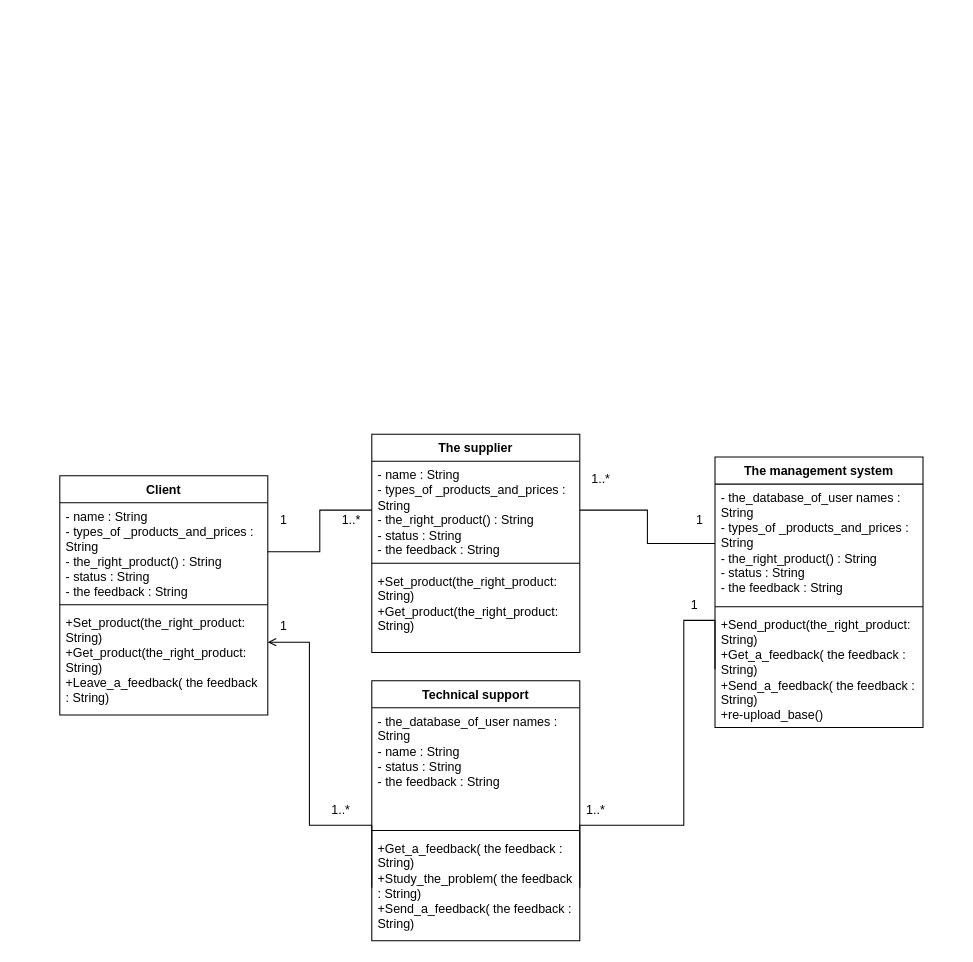
Above: page "Page-4" (4 of 4) of 3.drawio in Helpmepleaseitishard/Aikms (draw.io), before the change. Source tidied: cells renumbered, new cells numbered last; positions are measured from the earlier drawing's top-left corner, leaving out a move shared by most shapes. Both pictures are drawn from the tidied source at 104%, with x=0, y=0 at pixel (59, 434).
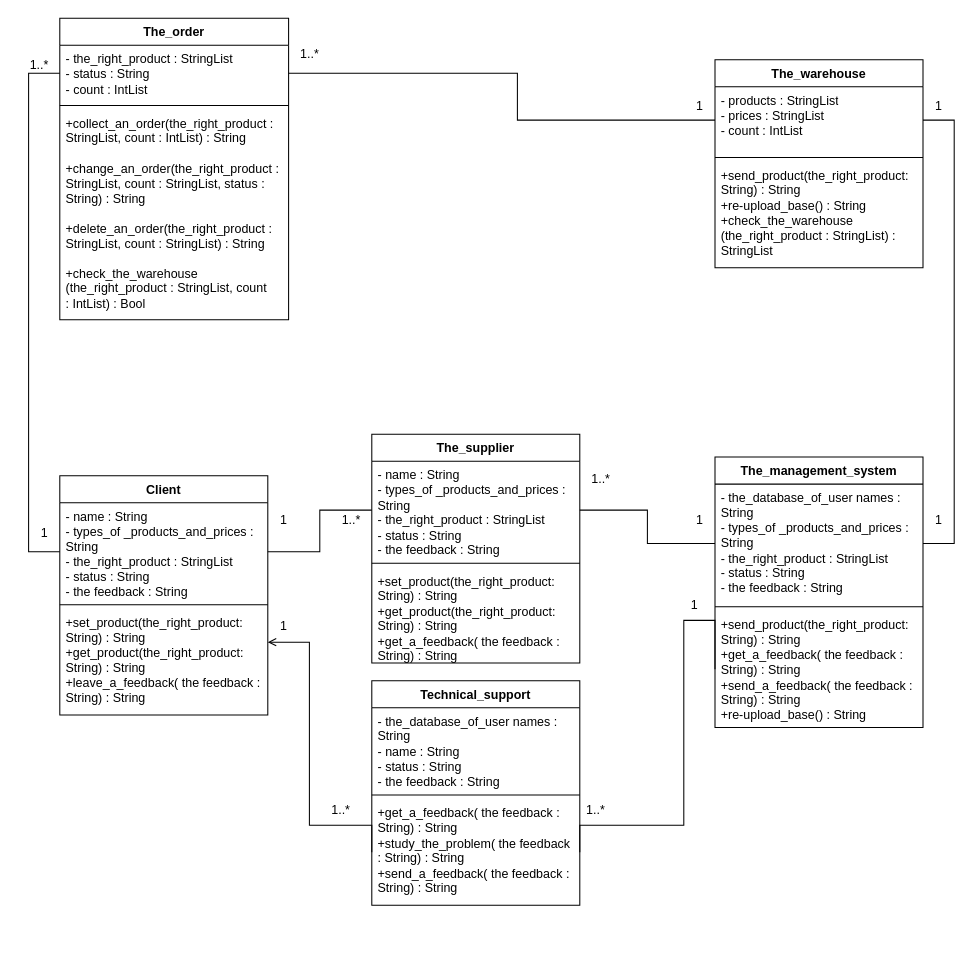
After the change.

The change refers to these unchanged cells:
```xml
<mxCell id="10" value="Client" style="swimlane;fontStyle=1;align=center;verticalAlign=top;horizontal=1;startSize=26;whiteSpace=wrap;html=1;" parent="1" vertex="1">
  <mxGeometry y="40" width="200" height="230" as="geometry" />
</mxCell>
```

The edit, as a diff of the source:
```diff
@@
-    <mxCell id="2" value="The management system" style="swimlane;fontStyle=1;align=center;verticalAlign=top;horizontal=1;startSize=26;whiteSpace=wrap;html=1;" parent="1" vertex="1">
+    <mxCell id="2" value="The_management_system" style="swimlane;fontStyle=1;align=center;verticalAlign=top;horizontal=1;startSize=26;whiteSpace=wrap;html=1;" parent="1" vertex="1">
       <mxGeometry x="630" y="22" width="200" height="260" as="geometry" />
     </mxCell>
-    <mxCell id="3" value="&lt;div&gt;- the_database_of_user names : String&lt;/div&gt;&lt;div&gt;&lt;div&gt;&lt;div&gt;- types_of &lt;span style=&quot;white-space: pre-wrap;&quot; class=&quot;aNeGP0gI0B9AV8JaHPyH&quot;&gt;_product&lt;/span&gt;s_and_prices : String&lt;/div&gt;&lt;div&gt;&lt;div&gt;- the_right_product() : String&lt;/div&gt;&lt;div&gt;- status : String&lt;/div&gt;&lt;div&gt;&lt;div&gt; - the feedback :&amp;nbsp;String&lt;/div&gt;&lt;/div&gt;&lt;/div&gt;&lt;/div&gt;&lt;/div&gt;" style="text;strokeColor=none;fillColor=none;align=left;verticalAlign=top;spacingLeft=4;spacingRight=4;overflow=hidden;points=[[0,0.5],[1,0.5]];portConstraint=eastwest;whiteSpace=wrap;html=1;" parent="2" vertex="1">
+    <mxCell id="3" value="&lt;div&gt;- the_database_of_user names : String&lt;/div&gt;&lt;div&gt;&lt;div&gt;&lt;div&gt;- types_of &lt;span style=&quot;white-space: pre-wrap;&quot; class=&quot;aNeGP0gI0B9AV8JaHPyH&quot;&gt;_product&lt;/span&gt;s_and_prices : String&lt;/div&gt;&lt;div&gt;&lt;div&gt;- the_right_product : StringList&lt;/div&gt;&lt;div&gt;- status : String&lt;/div&gt;&lt;div&gt;&lt;div&gt; - the feedback :&amp;nbsp;String&lt;/div&gt;&lt;/div&gt;&lt;/div&gt;&lt;/div&gt;&lt;/div&gt;" style="text;strokeColor=none;fillColor=none;align=left;verticalAlign=top;spacingLeft=4;spacingRight=4;overflow=hidden;points=[[0,0.5],[1,0.5]];portConstraint=eastwest;whiteSpace=wrap;html=1;" parent="2" vertex="1">
       <mxGeometry y="26" width="200" height="114" as="geometry" />
     </mxCell>
@@
-    <mxCell id="5" value="&lt;div&gt;&lt;div&gt;+Send_product(the_right_product: String)&lt;/div&gt;&lt;div&gt;&lt;div&gt;&lt;div&gt;&lt;div&gt;+Get_a_feedback( the feedback : String)&lt;/div&gt;&lt;/div&gt;&lt;/div&gt;&lt;/div&gt;&lt;/div&gt;&lt;div&gt;&lt;div&gt;&lt;div&gt;&lt;div&gt;+Send_a_feedback( the feedback : String)&lt;/div&gt;&lt;/div&gt;&lt;/div&gt;&lt;div&gt;+re-upload_base()&lt;/div&gt;&lt;/div&gt;" style="text;strokeColor=none;fillColor=none;align=left;verticalAlign=top;spacingLeft=4;spacingRight=4;overflow=hidden;points=[[0,0.5],[1,0.5]];portConstraint=eastwest;whiteSpace=wrap;html=1;" parent="2" vertex="1">
+    <mxCell id="5" value="&lt;div&gt;&lt;div&gt;+send_product(the_right_product: String) : String&lt;/div&gt;&lt;div&gt;&lt;div&gt;&lt;div&gt;&lt;div&gt;+get_a_feedback( the feedback : String) : String&lt;/div&gt;&lt;/div&gt;&lt;/div&gt;&lt;/div&gt;&lt;/div&gt;&lt;div&gt;&lt;div&gt;&lt;div&gt;&lt;div&gt;+send_a_feedback( the feedback : String) : String&lt;/div&gt;&lt;/div&gt;&lt;/div&gt;&lt;div&gt;+re-upload_base() : String&lt;/div&gt;&lt;/div&gt;" style="text;strokeColor=none;fillColor=none;align=left;verticalAlign=top;spacingLeft=4;spacingRight=4;overflow=hidden;points=[[0,0.5],[1,0.5]];portConstraint=eastwest;whiteSpace=wrap;html=1;" parent="2" vertex="1">
       <mxGeometry y="148" width="200" height="112" as="geometry" />
     </mxCell>
-    <mxCell id="6" value="The supplier" style="swimlane;fontStyle=1;align=center;verticalAlign=top;horizontal=1;startSize=26;whiteSpace=wrap;html=1;" parent="1" vertex="1">
-      <mxGeometry x="300" width="200" height="210" as="geometry" />
+    <mxCell id="6" value="The_supplier" style="swimlane;fontStyle=1;align=center;verticalAlign=top;horizontal=1;startSize=26;whiteSpace=wrap;html=1;" parent="1" vertex="1">
+      <mxGeometry x="300" width="200" height="220" as="geometry" />
     </mxCell>
-    <mxCell id="7" value="&lt;div&gt;- name : String&lt;/div&gt;&lt;div&gt;&lt;div&gt;&lt;div&gt;&lt;div&gt;&lt;div&gt;- types_of &lt;span style=&quot;white-space: pre-wrap;&quot; class=&quot;aNeGP0gI0B9AV8JaHPyH&quot;&gt;_product&lt;/span&gt;s_and_prices : String&lt;/div&gt;&lt;div&gt;&lt;div&gt;- the_right_product() : String&lt;/div&gt;&lt;div&gt;- status : String&lt;/div&gt;&lt;div&gt; - the feedback : String&lt;/div&gt;&lt;/div&gt;&lt;/div&gt;&lt;/div&gt;&lt;/div&gt;&lt;/div&gt;" style="text;strokeColor=none;fillColor=none;align=left;verticalAlign=top;spacingLeft=4;spacingRight=4;overflow=hidden;points=[[0,0.5],[1,0.5]];portConstraint=eastwest;whiteSpace=wrap;html=1;" parent="6" vertex="1">
+    <mxCell id="7" value="&lt;div&gt;- name : String&lt;/div&gt;&lt;div&gt;&lt;div&gt;&lt;div&gt;&lt;div&gt;&lt;div&gt;- types_of &lt;span style=&quot;white-space: pre-wrap;&quot; class=&quot;aNeGP0gI0B9AV8JaHPyH&quot;&gt;_product&lt;/span&gt;s_and_prices : String&lt;/div&gt;&lt;div&gt;&lt;div&gt;- the_right_product : StringList&lt;/div&gt;&lt;div&gt;- status : String&lt;/div&gt;&lt;div&gt; - the feedback : String&lt;/div&gt;&lt;/div&gt;&lt;/div&gt;&lt;/div&gt;&lt;/div&gt;&lt;/div&gt;" style="text;strokeColor=none;fillColor=none;align=left;verticalAlign=top;spacingLeft=4;spacingRight=4;overflow=hidden;points=[[0,0.5],[1,0.5]];portConstraint=eastwest;whiteSpace=wrap;html=1;" parent="6" vertex="1">
       <mxGeometry y="26" width="200" height="94" as="geometry" />
     </mxCell>
@@
-    <mxCell id="9" value="&lt;div&gt;+Set_product(the_right_product: String)&lt;br&gt;&lt;/div&gt;&lt;div&gt;&lt;div&gt;+Get_product(the_right_product: String)&lt;/div&gt;&lt;/div&gt;&lt;div&gt;&lt;div&gt;&lt;br&gt;&lt;/div&gt;&lt;/div&gt;" style="text;strokeColor=none;fillColor=none;align=left;verticalAlign=top;spacingLeft=4;spacingRight=4;overflow=hidden;whiteSpace=wrap;html=1;" parent="6" vertex="1">
-      <mxGeometry y="128" width="200" height="82" as="geometry" />
+    <mxCell id="9" value="&lt;div&gt;+set_product(the_right_product: String) : String&lt;/div&gt;&lt;div&gt;&lt;div&gt;+get_product(the_right_product: String) : String&lt;/div&gt;&lt;/div&gt;&lt;div&gt;&lt;div&gt;&lt;div&gt;&lt;div&gt;&lt;div&gt;&lt;div&gt;+get_a_feedback( the feedback : String) : String&lt;/div&gt;&lt;/div&gt;&lt;/div&gt;&lt;/div&gt;&lt;/div&gt;&lt;/div&gt;" style="text;strokeColor=none;fillColor=none;align=left;verticalAlign=top;spacingLeft=4;spacingRight=4;overflow=hidden;whiteSpace=wrap;html=1;" parent="6" vertex="1">
+      <mxGeometry y="128" width="200" height="92" as="geometry" />
     </mxCell>
@@
-    <mxCell id="11" value="&lt;div&gt;- name : String&lt;/div&gt;&lt;div&gt;&lt;div&gt;&lt;div&gt;- types_of &lt;span style=&quot;white-space: pre-wrap;&quot; class=&quot;aNeGP0gI0B9AV8JaHPyH&quot;&gt;_product&lt;/span&gt;s_and_prices : String&lt;/div&gt;&lt;div&gt;- the_right_product() : String&lt;/div&gt;&lt;div&gt;- status : String&lt;/div&gt;&lt;div&gt;- the feedback : String&lt;br&gt;&lt;/div&gt;&lt;/div&gt;&lt;/div&gt;" style="text;strokeColor=none;fillColor=none;align=left;verticalAlign=top;spacingLeft=4;spacingRight=4;overflow=hidden;points=[[0,0.5],[1,0.5]];portConstraint=eastwest;whiteSpace=wrap;html=1;" parent="10" vertex="1">
+    <mxCell id="11" value="&lt;div&gt;- name : String&lt;/div&gt;&lt;div&gt;&lt;div&gt;&lt;div&gt;- types_of &lt;span style=&quot;white-space: pre-wrap;&quot; class=&quot;aNeGP0gI0B9AV8JaHPyH&quot;&gt;_product&lt;/span&gt;s_and_prices : String&lt;/div&gt;&lt;div&gt;- the_right_product : StringList&lt;/div&gt;&lt;div&gt;- status : String&lt;/div&gt;&lt;div&gt;- the feedback : String&lt;br&gt;&lt;/div&gt;&lt;/div&gt;&lt;/div&gt;" style="text;strokeColor=none;fillColor=none;align=left;verticalAlign=top;spacingLeft=4;spacingRight=4;overflow=hidden;points=[[0,0.5],[1,0.5]];portConstraint=eastwest;whiteSpace=wrap;html=1;" parent="10" vertex="1">
       <mxGeometry y="26" width="200" height="94" as="geometry" />
     </mxCell>
@@
-    <mxCell id="13" value="&lt;div&gt;+Set_product(the_right_product: String)&lt;br&gt;&lt;/div&gt;&lt;div&gt;&lt;div&gt;+Get_product(the_right_product: String)&lt;/div&gt;&lt;/div&gt;&lt;div&gt;+Leave_a_feedback( the feedback : String)&lt;/div&gt;" style="text;strokeColor=none;fillColor=none;align=left;verticalAlign=top;spacingLeft=4;spacingRight=4;overflow=hidden;whiteSpace=wrap;html=1;" parent="10" vertex="1">
+    <mxCell id="13" value="&lt;div&gt;+set_product(the_right_product: String) : String&lt;/div&gt;&lt;div&gt;&lt;div&gt;+get_product(the_right_product: String) : String&lt;/div&gt;&lt;/div&gt;&lt;div&gt;+leave_a_feedback( the feedback : String) : String&lt;/div&gt;" style="text;strokeColor=none;fillColor=none;align=left;verticalAlign=top;spacingLeft=4;spacingRight=4;overflow=hidden;whiteSpace=wrap;html=1;" parent="10" vertex="1">
       <mxGeometry y="128" width="200" height="102" as="geometry" />
     </mxCell>
@@
-    <mxCell id="15" value="Technical support" style="swimlane;fontStyle=1;align=center;verticalAlign=top;horizontal=1;startSize=26;whiteSpace=wrap;html=1;" parent="1" vertex="1">
-      <mxGeometry x="300" y="237" width="200" height="250" as="geometry" />
+    <mxCell id="15" value="Technical_support" style="swimlane;fontStyle=1;align=center;verticalAlign=top;horizontal=1;startSize=26;whiteSpace=wrap;html=1;" parent="1" vertex="1">
+      <mxGeometry x="300" y="237" width="200" height="216" as="geometry" />
     </mxCell>
     <mxCell id="16" value="&lt;div&gt;-&amp;nbsp;the_database_of_user names : String&lt;div&gt;&lt;div&gt;&lt;div&gt;- name : String&lt;/div&gt;&lt;div&gt;- status : String&lt;/div&gt;&lt;div&gt;&lt;div&gt; - the feedback : String&lt;/div&gt;&lt;/div&gt;&lt;/div&gt;&lt;/div&gt;&lt;/div&gt;" style="text;strokeColor=none;fillColor=none;align=left;verticalAlign=top;spacingLeft=4;spacingRight=4;overflow=hidden;whiteSpace=wrap;html=1;" parent="15" vertex="1">
-      <mxGeometry y="26" width="200" height="114" as="geometry" />
+      <mxGeometry y="26" width="200" height="80" as="geometry" />
     </mxCell>
     <mxCell id="17" style="line;strokeWidth=1;fillColor=none;align=left;verticalAlign=middle;spacingTop=-1;spacingLeft=3;spacingRight=3;labelPosition=right;strokeColor=inherit;" parent="15" vertex="1">
-      <mxGeometry y="140" width="200" height="8" as="geometry" />
+      <mxGeometry y="106" width="200" height="8" as="geometry" />
     </mxCell>
-    <mxCell id="18" value="&lt;div&gt;&lt;div&gt;&lt;div&gt;&lt;div&gt;&lt;div&gt;+Get_a_feedback( the feedback : String)&lt;/div&gt;&lt;/div&gt;&lt;/div&gt;&lt;/div&gt;&lt;/div&gt;&lt;div&gt;+Study_the_problem( the feedback : String)&lt;/div&gt;&lt;div&gt;&lt;div&gt;&lt;div&gt;&lt;div&gt;&lt;div&gt;+Send_a_feedback( the feedback : String)&lt;/div&gt;&lt;/div&gt;&lt;/div&gt;&lt;/div&gt;&lt;/div&gt;" style="text;strokeColor=none;fillColor=none;align=left;verticalAlign=top;spacingLeft=4;spacingRight=4;overflow=hidden;points=[[0,0.5],[1,0.5]];portConstraint=eastwest;whiteSpace=wrap;html=1;" parent="15" vertex="1">
-      <mxGeometry y="148" width="200" height="102" as="geometry" />
+    <mxCell id="18" value="&lt;div&gt;&lt;div&gt;&lt;div&gt;&lt;div&gt;&lt;div&gt;+get_a_feedback( the feedback : String) : String&lt;/div&gt;&lt;/div&gt;&lt;/div&gt;&lt;/div&gt;&lt;/div&gt;&lt;div&gt;+study_the_problem( the feedback : String) : String&lt;/div&gt;&lt;div&gt;&lt;div&gt;&lt;div&gt;&lt;div&gt;&lt;div&gt;+send_a_feedback( the feedback : String) : String&lt;/div&gt;&lt;/div&gt;&lt;/div&gt;&lt;/div&gt;&lt;/div&gt;" style="text;strokeColor=none;fillColor=none;align=left;verticalAlign=top;spacingLeft=4;spacingRight=4;overflow=hidden;points=[[0,0.5],[1,0.5]];portConstraint=eastwest;whiteSpace=wrap;html=1;" parent="15" vertex="1">
+      <mxGeometry y="114" width="200" height="102" as="geometry" />
     </mxCell>
@@
+    <mxCell id="30" value="The_warehouse" style="swimlane;fontStyle=1;align=center;verticalAlign=top;horizontal=1;startSize=26;whiteSpace=wrap;html=1;" parent="1" vertex="1">
+      <mxGeometry x="630" y="-360" width="200" height="200" as="geometry" />
+    </mxCell>
+    <mxCell id="31" value="&lt;div&gt;&lt;div&gt;&lt;div&gt;- &lt;span style=&quot;white-space: pre-wrap;&quot; class=&quot;aNeGP0gI0B9AV8JaHPyH&quot;&gt;product&lt;/span&gt;s : StringList&lt;/div&gt;&lt;div&gt;&lt;div&gt;- prices : StringList&lt;/div&gt;&lt;div&gt;&lt;div&gt;- count : IntList&lt;/div&gt;&lt;/div&gt;&lt;/div&gt;&lt;/div&gt;&lt;/div&gt;" style="text;strokeColor=none;fillColor=none;align=left;verticalAlign=top;spacingLeft=4;spacingRight=4;overflow=hidden;points=[[0,0.5],[1,0.5]];portConstraint=eastwest;whiteSpace=wrap;html=1;" parent="30" vertex="1">
+      <mxGeometry y="26" width="200" height="64" as="geometry" />
+    </mxCell>
+    <mxCell id="32" style="line;strokeWidth=1;fillColor=none;align=left;verticalAlign=middle;spacingTop=-1;spacingLeft=3;spacingRight=3;labelPosition=right;strokeColor=inherit;" parent="30" vertex="1">
+      <mxGeometry y="90" width="200" height="8" as="geometry" />
+    </mxCell>
+    <mxCell id="33" value="&lt;div&gt;&lt;div&gt;+send_product(the_right_product: String) : String&lt;div&gt;+re-upload_base() : String&lt;/div&gt;&lt;div&gt;+check_the_warehouse (the_right_product : StringList) : StringList&lt;/div&gt;&lt;/div&gt;&lt;/div&gt;" style="text;strokeColor=none;fillColor=none;align=left;verticalAlign=top;spacingLeft=4;spacingRight=4;overflow=hidden;whiteSpace=wrap;html=1;" parent="30" vertex="1">
+      <mxGeometry y="98" width="200" height="102" as="geometry" />
+    </mxCell>
+    <mxCell id="34" style="edgeStyle=none;curved=0;rounded=0;jettySize=auto;html=1;exitX=1;exitY=0.5;exitDx=0;exitDy=0;entryX=1;entryY=0.5;entryDx=0;entryDy=0;fontSize=12;startSize=8;endSize=8;endArrow=none;startFill=0;" parent="1" edge="1" source="31" target="3">
+      <mxGeometry relative="1" as="geometry">
+        <Array as="points">
+          <mxPoint x="860" y="-302" />
+          <mxPoint x="860" y="105" />
+        </Array>
+      </mxGeometry>
+    </mxCell>
+    <mxCell id="35" value="1" style="text;html=1;align=center;verticalAlign=middle;strokeColor=none;fillColor=none;" parent="1" vertex="1">
+      <mxGeometry x="830" y="-330" width="30" height="30" as="geometry" />
+    </mxCell>
+    <mxCell id="36" value="1" style="text;html=1;align=center;verticalAlign=middle;strokeColor=none;fillColor=none;" parent="1" vertex="1">
+      <mxGeometry x="830" y="68" width="30" height="30" as="geometry" />
+    </mxCell>
+    <mxCell id="37" style="edgeStyle=none;curved=0;rounded=0;jettySize=auto;html=1;entryX=0;entryY=0.5;entryDx=0;entryDy=0;fontSize=12;startSize=8;endSize=8;endArrow=none;startFill=0;exitX=1;exitY=0.5;exitDx=0;exitDy=0;" parent="1" edge="1" source="39" target="31">
+      <mxGeometry relative="1" as="geometry">
+        <Array as="points">
+          <mxPoint x="440" y="-347" />
+          <mxPoint x="440" y="-302" />
+        </Array>
+      </mxGeometry>
+    </mxCell>
+    <mxCell id="38" value="The_order" style="swimlane;fontStyle=1;align=center;verticalAlign=top;horizontal=1;startSize=26;whiteSpace=wrap;html=1;" parent="1" vertex="1">
+      <mxGeometry y="-400" width="220" height="290" as="geometry" />
+    </mxCell>
+    <mxCell id="39" value="&lt;div&gt;&lt;div&gt;&lt;div&gt;- the_right_product : StringList&lt;/div&gt;&lt;div&gt;&lt;div&gt;&lt;div&gt;- status : String&lt;/div&gt;&lt;/div&gt;&lt;div&gt;- count : IntList&lt;/div&gt;&lt;/div&gt;&lt;/div&gt;&lt;/div&gt;" style="text;strokeColor=none;fillColor=none;align=left;verticalAlign=top;spacingLeft=4;spacingRight=4;overflow=hidden;points=[[0,0.5],[1,0.5]];portConstraint=eastwest;whiteSpace=wrap;html=1;" parent="38" vertex="1">
+      <mxGeometry y="26" width="220" height="54" as="geometry" />
+    </mxCell>
+    <mxCell id="40" style="line;strokeWidth=1;fillColor=none;align=left;verticalAlign=middle;spacingTop=-1;spacingLeft=3;spacingRight=3;labelPosition=right;strokeColor=inherit;" parent="38" vertex="1">
+      <mxGeometry y="80" width="220" height="8" as="geometry" />
+    </mxCell>
+    <mxCell id="41" value="&lt;div&gt;&lt;div&gt;+collect_an_order(the_right_product : StringList, count : IntList) : String&lt;/div&gt;&lt;div&gt;&lt;br&gt;&lt;/div&gt;+change_an_order(the_right_product : StringList, count : StringList, status : String) : String&lt;/div&gt;&lt;div&gt;&lt;br&gt;&lt;/div&gt;&lt;div&gt;+delete_an_order(the_right_product : StringList, count : StringList) : String&lt;/div&gt;&lt;div&gt;&lt;br&gt;&lt;/div&gt;&lt;div&gt;+check_the_warehouse (the_right_product : StringList, count :&amp;nbsp;IntList) : Bool&lt;/div&gt;" style="text;strokeColor=none;fillColor=none;align=left;verticalAlign=top;spacingLeft=4;spacingRight=4;overflow=hidden;whiteSpace=wrap;html=1;" parent="38" vertex="1">
+      <mxGeometry y="88" width="220" height="202" as="geometry" />
+    </mxCell>
+    <mxCell id="42" style="edgeStyle=none;curved=0;rounded=0;jettySize=auto;html=1;exitX=0;exitY=0.5;exitDx=0;exitDy=0;entryX=0;entryY=0.5;entryDx=0;entryDy=0;fontSize=12;startSize=8;endSize=8;endArrow=none;startFill=0;" parent="1" edge="1" source="39" target="11">
+      <mxGeometry relative="1" as="geometry">
+        <Array as="points">
+          <mxPoint x="-30" y="-347" />
+          <mxPoint x="-30" y="113" />
+        </Array>
+      </mxGeometry>
+    </mxCell>
+    <mxCell id="43" value="1" style="text;html=1;align=center;verticalAlign=middle;strokeColor=none;fillColor=none;" parent="1" vertex="1">
+      <mxGeometry x="-30" y="80" width="30" height="30" as="geometry" />
+    </mxCell>
+    <mxCell id="44" value="1..*" style="text;html=1;align=center;verticalAlign=middle;strokeColor=none;fillColor=none;" parent="1" vertex="1">
+      <mxGeometry x="-40" y="-370" width="40" height="30" as="geometry" />
+    </mxCell>
+    <mxCell id="45" value="1..*" style="text;html=1;align=center;verticalAlign=middle;strokeColor=none;fillColor=none;" parent="1" vertex="1">
+      <mxGeometry x="220" y="-380" width="40" height="30" as="geometry" />
+    </mxCell>
+    <mxCell id="46" value="1" style="text;html=1;align=center;verticalAlign=middle;strokeColor=none;fillColor=none;" parent="1" vertex="1">
+      <mxGeometry x="600" y="-330" width="30" height="30" as="geometry" />
+    </mxCell>
```
